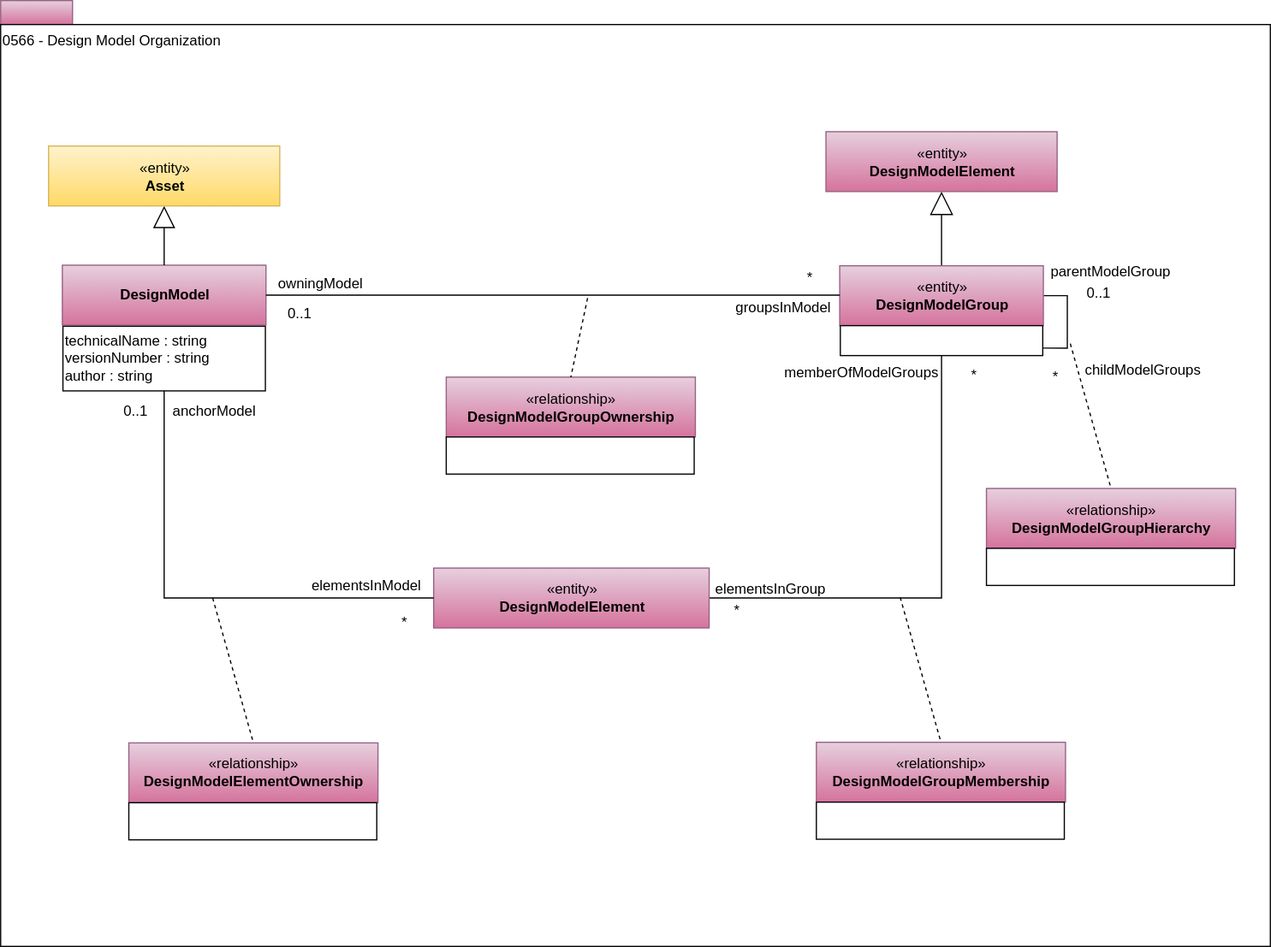
This is site/docs/types/5/0566-Design-Model-Organization.svg from odpi/egeria-docs, a draw.io export, as it was before one commit. Source tidied: cells renumbered, new cells last; positions are measured from the earlier drawing's top-left corner, leaving out a move shared by most shapes.
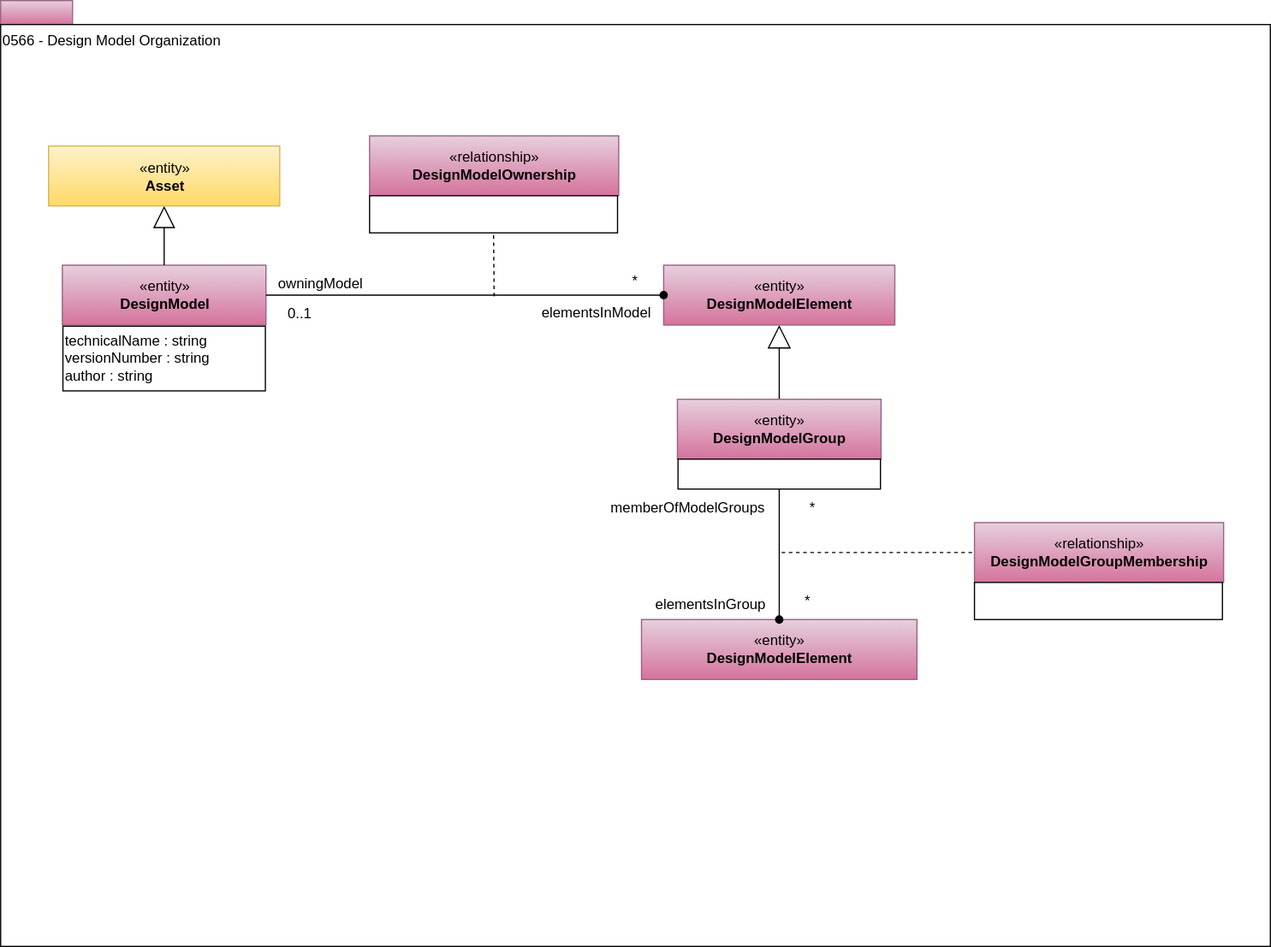
Above is the later version.

Diff of the diagram source:
```diff
@@ -8,146 +8,93 @@
     <mxCell id="3" value="0566 - Design Model Organization" style="rounded=0;whiteSpace=wrap;html=1;align=left;verticalAlign=top;" parent="1" vertex="1">
       <mxGeometry y="20" width="1060" height="770" as="geometry" />
     </mxCell>
-    <mxCell id="4" style="edgeStyle=orthogonalEdgeStyle;rounded=0;jettySize=auto;html=1;exitX=1;exitY=0.5;exitDx=0;exitDy=0;endArrow=none;endFill=0;" parent="1" edge="1" source="5" target="19">
-      <mxGeometry relative="1" as="geometry" />
+    <mxCell id="4" value="«entity»&lt;br&gt;&lt;b&gt;DesignModelElement&lt;/b&gt;" style="html=1;strokeColor=#996185;align=center;fillColor=#e6d0de;gradientColor=#d5739d;" parent="1" vertex="1">
+      <mxGeometry x="535" y="517" width="230" height="50" as="geometry" />
     </mxCell>
-    <mxCell id="5" value="«entity»&lt;br&gt;&lt;b&gt;DesignModelElement&lt;/b&gt;" style="html=1;strokeColor=#996185;align=center;fillColor=#e6d0de;gradientColor=#d5739d;" parent="1" vertex="1">
-      <mxGeometry x="361.5" y="474" width="230" height="50" as="geometry" />
+    <mxCell id="5" value="0..1" style="text;html=1;strokeColor=none;fillColor=none;align=center;verticalAlign=middle;whiteSpace=wrap;rounded=0;" parent="1" vertex="1">
+      <mxGeometry x="229.5" y="251.5" width="40" height="20" as="geometry" />
     </mxCell>
-    <mxCell id="6" value="0..1" style="text;html=1;strokeColor=none;fillColor=none;align=center;verticalAlign=middle;whiteSpace=wrap;rounded=0;" parent="1" vertex="1">
-      <mxGeometry x="229.5" y="251.5" width="40" height="20" as="geometry" />
+    <mxCell id="6" value="«relationship»&lt;br&gt;&lt;b&gt;DesignModelOwnership&lt;/b&gt;" style="html=1;strokeColor=#996185;align=center;fillColor=#e6d0de;gradientColor=#d5739d;" parent="1" vertex="1">
+      <mxGeometry x="308" y="113" width="208" height="50" as="geometry" />
     </mxCell>
-    <mxCell id="7" value="parentModelGroup" style="text;html=1;strokeColor=none;fillColor=none;align=center;verticalAlign=middle;whiteSpace=wrap;rounded=0;" parent="1" vertex="1">
-      <mxGeometry x="881" y="217" width="92" height="20" as="geometry" />
+    <mxCell id="7" style="endArrow=none;dashed=1;html=1;entryX=0.5;entryY=1;entryDx=0;entryDy=0;" parent="1" edge="1" target="8">
+      <mxGeometry relative="1" as="geometry">
+        <mxPoint x="412" y="247" as="sourcePoint" />
+      </mxGeometry>
     </mxCell>
-    <mxCell id="8" value="«relationship»&lt;br&gt;&lt;b&gt;DesignModelGroupOwnership&lt;/b&gt;" style="html=1;strokeColor=#996185;align=center;fillColor=#e6d0de;gradientColor=#d5739d;" parent="1" vertex="1">
-      <mxGeometry x="372" y="314.5" width="208" height="50" as="geometry" />
+    <mxCell id="8" value="&lt;div style=&quot;text-align: left&quot;&gt;&lt;br&gt;&lt;/div&gt;" style="rounded=0;whiteSpace=wrap;html=1;strokeColor=#000000;gradientColor=#ffffff;align=left;" parent="1" vertex="1">
+      <mxGeometry x="308" y="163" width="207" height="31" as="geometry" />
     </mxCell>
-    <mxCell id="9" style="endArrow=none;dashed=1;html=1;entryX=0.5;entryY=0;entryDx=0;entryDy=0;" parent="1" edge="1" target="8">
-      <mxGeometry relative="1" as="geometry">
-        <mxPoint x="490" y="248.5" as="sourcePoint" />
-      </mxGeometry>
+    <mxCell id="9" value="*" style="text;html=1;strokeColor=none;fillColor=none;align=center;verticalAlign=middle;whiteSpace=wrap;rounded=0;" parent="1" vertex="1">
+      <mxGeometry x="510" y="225.2" width="40" height="20" as="geometry" />
     </mxCell>
-    <mxCell id="10" value="&lt;div style=&quot;text-align: left&quot;&gt;&lt;br&gt;&lt;/div&gt;" style="rounded=0;whiteSpace=wrap;html=1;strokeColor=#000000;gradientColor=#ffffff;align=left;" parent="1" vertex="1">
-      <mxGeometry x="372" y="364.5" width="207" height="31" as="geometry" />
+    <mxCell id="10" value="«entity»&lt;br&gt;&lt;b&gt;DesignModel&lt;/b&gt;" style="html=1;strokeColor=#996185;align=center;fillColor=#e6d0de;gradientColor=#d5739d;" parent="1" vertex="1">
+      <mxGeometry x="51.5" y="221" width="170" height="50" as="geometry" />
     </mxCell>
-    <mxCell id="11" value="*" style="text;html=1;strokeColor=none;fillColor=none;align=center;verticalAlign=middle;whiteSpace=wrap;rounded=0;" parent="1" vertex="1">
-      <mxGeometry x="656" y="221.5" width="40" height="20" as="geometry" />
+    <mxCell id="11" value="technicalName : string&lt;br&gt;versionNumber : string&lt;br&gt;author : string&lt;span&gt;&lt;br&gt;&lt;/span&gt;" style="rounded=0;whiteSpace=wrap;html=1;strokeColor=#000000;gradientColor=#ffffff;align=left;" parent="1" vertex="1">
+      <mxGeometry x="52" y="272" width="169" height="54" as="geometry" />
     </mxCell>
-    <mxCell id="12" style="edgeStyle=orthogonalEdgeStyle;rounded=0;jettySize=auto;html=1;exitX=0.5;exitY=1;exitDx=0;exitDy=0;endArrow=none;endFill=0;entryX=0;entryY=0.5;entryDx=0;entryDy=0;" parent="1" edge="1" source="14" target="5">
-      <mxGeometry relative="1" as="geometry" />
+    <mxCell id="12" style="edgeStyle=orthogonalEdgeStyle;rounded=0;jettySize=auto;html=1;endArrow=block;endFill=0;endSize=16;entryX=0.5;entryY=1;entryDx=0;entryDy=0;" parent="1" edge="1" source="10" target="26">
+      <mxGeometry relative="1" as="geometry">
+        <Array as="points">
+          <mxPoint x="137" y="205.5" />
+          <mxPoint x="137" y="205.5" />
+        </Array>
+      </mxGeometry>
     </mxCell>
-    <mxCell id="13" value="&lt;b&gt;DesignModel&lt;/b&gt;" style="html=1;strokeColor=#996185;align=center;fillColor=#e6d0de;gradientColor=#d5739d;" parent="1" vertex="1">
-      <mxGeometry x="51.5" y="221" width="170" height="50" as="geometry" />
+    <mxCell id="13" style="edgeStyle=orthogonalEdgeStyle;rounded=0;jettySize=auto;html=1;exitX=0.5;exitY=0;exitDx=0;exitDy=0;entryX=0.5;entryY=1;entryDx=0;entryDy=0;endArrow=block;endFill=0;endSize=17;" parent="1" edge="1" source="14" target="25">
+      <mxGeometry relative="1" as="geometry" />
     </mxCell>
-    <mxCell id="14" value="technicalName : string&lt;br&gt;versionNumber : string&lt;br&gt;author : string&lt;span&gt;&lt;br&gt;&lt;/span&gt;" style="rounded=0;whiteSpace=wrap;html=1;strokeColor=#000000;gradientColor=#ffffff;align=left;" parent="1" vertex="1">
-      <mxGeometry x="52" y="272" width="169" height="54" as="geometry" />
+    <mxCell id="14" value="«entity»&lt;br&gt;&lt;b&gt;DesignModelGroup&lt;/b&gt;" style="html=1;strokeColor=#996185;align=center;fillColor=#e6d0de;gradientColor=#d5739d;" parent="1" vertex="1">
+      <mxGeometry x="565" y="333" width="170" height="50" as="geometry" />
     </mxCell>
-    <mxCell id="15" style="edgeStyle=orthogonalEdgeStyle;rounded=0;jettySize=auto;html=1;endArrow=block;endFill=0;endSize=16;entryX=0.5;entryY=1;entryDx=0;entryDy=0;" parent="1" edge="1" source="13" target="44">
-      <mxGeometry relative="1" as="geometry">
-        <Array as="points">
-          <mxPoint x="137" y="205.5" />
-          <mxPoint x="137" y="205.5" />
-        </Array>
-      </mxGeometry>
+    <mxCell id="15" value="&lt;span&gt;&lt;br&gt;&lt;/span&gt;" style="rounded=0;whiteSpace=wrap;html=1;strokeColor=#000000;gradientColor=#ffffff;align=left;" parent="1" vertex="1">
+      <mxGeometry x="565.5" y="383" width="169" height="25" as="geometry" />
     </mxCell>
-    <mxCell id="16" style="edgeStyle=orthogonalEdgeStyle;rounded=0;jumpSize=15;jettySize=auto;html=1;exitX=1;exitY=0.5;exitDx=0;exitDy=0;entryX=1;entryY=0.75;entryDx=0;entryDy=0;startArrow=none;startFill=0;startSize=17;sourcePerimeterSpacing=0;endArrow=none;endFill=0;targetPerimeterSpacing=0;strokeWidth=1;fontColor=#000000;" parent="1" edge="1" source="18" target="19">
-      <mxGeometry relative="1" as="geometry" />
+    <mxCell id="16" value="owningModel" style="text;html=1;align=left;verticalAlign=top;spacingTop=-4;" parent="1" vertex="1">
+      <mxGeometry x="229.5" y="227" width="81" height="14" as="geometry" />
     </mxCell>
-    <mxCell id="17" style="edgeStyle=orthogonalEdgeStyle;rounded=0;jettySize=auto;html=1;exitX=0.5;exitY=0;exitDx=0;exitDy=0;entryX=0.5;entryY=1;entryDx=0;entryDy=0;endArrow=block;endFill=0;endSize=17;" parent="1" edge="1" source="18" target="43">
-      <mxGeometry relative="1" as="geometry" />
+    <mxCell id="17" value="elementsInModel" style="text;html=1;align=left;verticalAlign=top;spacingTop=-4;fontColor=#000000;" parent="1" vertex="1">
+      <mxGeometry x="450" y="250.8" width="101" height="14" as="geometry" />
     </mxCell>
-    <mxCell id="18" value="«entity»&lt;br&gt;&lt;b&gt;DesignModelGroup&lt;/b&gt;" style="html=1;strokeColor=#996185;align=center;fillColor=#e6d0de;gradientColor=#d5739d;" parent="1" vertex="1">
-      <mxGeometry x="700.5" y="221.5" width="170" height="50" as="geometry" />
+    <mxCell id="18" value="elementsInGroup" style="text;html=1;points=[];align=left;verticalAlign=top;spacingTop=-4;fontColor=#000000;" parent="1" vertex="1">
+      <mxGeometry x="545" y="495" width="102" height="14" as="geometry" />
     </mxCell>
-    <mxCell id="19" value="&lt;span&gt;&lt;br&gt;&lt;/span&gt;" style="rounded=0;whiteSpace=wrap;html=1;strokeColor=#000000;gradientColor=#ffffff;align=left;" parent="1" vertex="1">
-      <mxGeometry x="701" y="271.5" width="169" height="25" as="geometry" />
+    <mxCell id="19" value="«relationship»&lt;br&gt;&lt;b&gt;DesignModelGroupMembership&lt;/b&gt;" style="html=1;strokeColor=#996185;align=center;fillColor=#e6d0de;gradientColor=#d5739d;" parent="1" vertex="1">
+      <mxGeometry x="813" y="436" width="208" height="50" as="geometry" />
     </mxCell>
-    <mxCell id="20" style="edgeStyle=orthogonalEdgeStyle;rounded=0;jettySize=auto;html=1;endArrow=none;endFill=0;" parent="1" edge="1" source="13" target="18">
+    <mxCell id="20" style="endArrow=none;dashed=1;html=1;entryX=0;entryY=0.5;entryDx=0;entryDy=0;" parent="1" edge="1" target="19">
       <mxGeometry relative="1" as="geometry">
-        <Array as="points">
-          <mxPoint x="351" y="246.5" />
-          <mxPoint x="351" y="246.5" />
-        </Array>
+        <mxPoint x="652" y="461" as="sourcePoint" />
       </mxGeometry>
     </mxCell>
-    <mxCell id="21" value="owningModel" style="text;html=1;align=left;verticalAlign=top;spacingTop=-4;" parent="1" vertex="1">
-      <mxGeometry x="229.5" y="227" width="81" height="14" as="geometry" />
+    <mxCell id="21" value="&lt;div style=&quot;text-align: left&quot;&gt;&lt;br&gt;&lt;/div&gt;" style="rounded=0;whiteSpace=wrap;html=1;strokeColor=#000000;gradientColor=#ffffff;align=left;" parent="1" vertex="1">
+      <mxGeometry x="813" y="486" width="207" height="31" as="geometry" />
     </mxCell>
-    <mxCell id="22" value="*" style="text;html=1;align=left;verticalAlign=top;spacingTop=-4;" parent="1" vertex="1">
-      <mxGeometry x="333" y="510" width="15" height="14" as="geometry" />
+    <mxCell id="22" value="memberOfModelGroups" style="text;html=1;strokeColor=none;fillColor=none;align=center;verticalAlign=middle;whiteSpace=wrap;rounded=0;" parent="1" vertex="1">
+      <mxGeometry x="528" y="414" width="92" height="20" as="geometry" />
     </mxCell>
-    <mxCell id="23" value="0..1" style="text;html=1;align=left;verticalAlign=top;spacingTop=-4;" parent="1" vertex="1">
-      <mxGeometry x="100.5" y="332.5" width="30" height="14" as="geometry" />
+    <mxCell id="23" value="*" style="text;html=1;strokeColor=none;fillColor=none;align=center;verticalAlign=middle;whiteSpace=wrap;rounded=0;" parent="1" vertex="1">
+      <mxGeometry x="657.5" y="414" width="40" height="20" as="geometry" />
     </mxCell>
-    <mxCell id="24" value="groupsInModel" style="text;html=1;align=left;verticalAlign=top;spacingTop=-4;fontColor=#000000;" parent="1" vertex="1">
-      <mxGeometry x="611.5" y="246.5" width="89" height="14" as="geometry" />
+    <mxCell id="24" value="*" style="text;html=1;strokeColor=none;fillColor=none;align=center;verticalAlign=middle;whiteSpace=wrap;rounded=0;" parent="1" vertex="1">
+      <mxGeometry x="654" y="492" width="40" height="20" as="geometry" />
     </mxCell>
-    <mxCell id="25" value="«relationship»&lt;br&gt;&lt;b&gt;DesignModelGroupHierarchy&lt;/b&gt;" style="html=1;strokeColor=#996185;align=center;fillColor=#e6d0de;gradientColor=#d5739d;" parent="1" vertex="1">
-      <mxGeometry x="823" y="407.5" width="208" height="50" as="geometry" />
+    <mxCell id="25" value="«entity»&lt;br&gt;&lt;b&gt;DesignModelElement&lt;/b&gt;" style="html=1;strokeColor=#996185;align=center;fillColor=#e6d0de;gradientColor=#d5739d;" parent="1" vertex="1">
+      <mxGeometry x="553.5" y="221" width="193" height="50" as="geometry" />
     </mxCell>
-    <mxCell id="26" style="endArrow=none;dashed=1;html=1;entryX=0.5;entryY=0;entryDx=0;entryDy=0;" parent="1" edge="1" target="25">
-      <mxGeometry relative="1" as="geometry">
-        <mxPoint x="893" y="286.5" as="sourcePoint" />
-      </mxGeometry>
+    <mxCell id="26" value="«entity»&lt;br&gt;&lt;b&gt;Asset&lt;/b&gt;" style="html=1;strokeColor=#d6b656;align=center;fillColor=#fff2cc;gradientColor=#ffd966;" parent="1" vertex="1">
+      <mxGeometry x="40" y="121.5" width="193" height="50" as="geometry" />
     </mxCell>
-    <mxCell id="27" value="&lt;div style=&quot;text-align: left&quot;&gt;&lt;br&gt;&lt;/div&gt;" style="rounded=0;whiteSpace=wrap;html=1;strokeColor=#000000;gradientColor=#ffffff;align=left;" parent="1" vertex="1">
-      <mxGeometry x="823" y="457.5" width="207" height="31" as="geometry" />
+    <mxCell id="27" style="edgeStyle=orthogonalEdgeStyle;rounded=0;jettySize=auto;html=1;endArrow=oval;endFill=1;entryX=0;entryY=0.5;entryDx=0;entryDy=0;" parent="1" edge="1" source="10" target="25">
+      <mxGeometry relative="1" as="geometry">
+        <Array as="points">
+          <mxPoint x="554" y="247" />
+        </Array>
+      </mxGeometry>
     </mxCell>
-    <mxCell id="28" value="anchorModel" style="text;html=1;align=left;verticalAlign=top;spacingTop=-4;" parent="1" vertex="1">
-      <mxGeometry x="142" y="332.5" width="79" height="14" as="geometry" />
+    <mxCell id="28" style="edgeStyle=orthogonalEdgeStyle;rounded=0;jettySize=auto;html=1;endArrow=none;endFill=0;startArrow=oval;startFill=1;" parent="1" edge="1" source="4" target="15">
+      <mxGeometry relative="1" as="geometry" />
     </mxCell>
-    <mxCell id="29" value="elementsInModel" style="text;html=1;align=left;verticalAlign=top;spacingTop=-4;fontColor=#000000;" parent="1" vertex="1">
-      <mxGeometry x="258" y="478.5" width="101" height="14" as="geometry" />
-    </mxCell>
-    <mxCell id="30" value="elementsInGroup" style="text;html=1;align=left;verticalAlign=top;spacingTop=-4;fontColor=#000000;" parent="1" vertex="1">
-      <mxGeometry x="595" y="481.5" width="102" height="14" as="geometry" />
-    </mxCell>
-    <mxCell id="31" value="childModelGroups" style="text;html=1;strokeColor=none;fillColor=none;align=center;verticalAlign=middle;whiteSpace=wrap;rounded=0;" parent="1" vertex="1">
-      <mxGeometry x="908" y="299" width="92" height="20" as="geometry" />
-    </mxCell>
-    <mxCell id="32" value="0..1" style="text;html=1;strokeColor=none;fillColor=none;align=center;verticalAlign=middle;whiteSpace=wrap;rounded=0;" parent="1" vertex="1">
-      <mxGeometry x="897" y="234.5" width="40" height="20" as="geometry" />
-    </mxCell>
-    <mxCell id="33" value="*" style="text;html=1;strokeColor=none;fillColor=none;align=center;verticalAlign=middle;whiteSpace=wrap;rounded=0;" parent="1" vertex="1">
-      <mxGeometry x="861" y="304.5" width="40" height="20" as="geometry" />
-    </mxCell>
-    <mxCell id="34" value="«relationship»&lt;br&gt;&lt;b&gt;DesignModelGroupMembership&lt;/b&gt;" style="html=1;strokeColor=#996185;align=center;fillColor=#e6d0de;gradientColor=#d5739d;" parent="1" vertex="1">
-      <mxGeometry x="681" y="619.5" width="208" height="50" as="geometry" />
-    </mxCell>
-    <mxCell id="35" style="endArrow=none;dashed=1;html=1;entryX=0.5;entryY=0;entryDx=0;entryDy=0;" parent="1" edge="1" target="34">
-      <mxGeometry relative="1" as="geometry">
-        <mxPoint x="751" y="498.5" as="sourcePoint" />
-      </mxGeometry>
-    </mxCell>
-    <mxCell id="36" value="&lt;div style=&quot;text-align: left&quot;&gt;&lt;br&gt;&lt;/div&gt;" style="rounded=0;whiteSpace=wrap;html=1;strokeColor=#000000;gradientColor=#ffffff;align=left;" parent="1" vertex="1">
-      <mxGeometry x="681" y="669.5" width="207" height="31" as="geometry" />
-    </mxCell>
-    <mxCell id="37" value="memberOfModelGroups" style="text;html=1;strokeColor=none;fillColor=none;align=center;verticalAlign=middle;whiteSpace=wrap;rounded=0;" parent="1" vertex="1">
-      <mxGeometry x="673" y="301" width="92" height="20" as="geometry" />
-    </mxCell>
-    <mxCell id="38" value="*" style="text;html=1;strokeColor=none;fillColor=none;align=center;verticalAlign=middle;whiteSpace=wrap;rounded=0;" parent="1" vertex="1">
-      <mxGeometry x="793" y="302.5" width="40" height="20" as="geometry" />
-    </mxCell>
-    <mxCell id="39" value="«relationship»&lt;br&gt;&lt;b&gt;DesignModelElementOwnership&lt;/b&gt;" style="html=1;strokeColor=#996185;align=center;fillColor=#e6d0de;gradientColor=#d5739d;" parent="1" vertex="1">
-      <mxGeometry x="107" y="620" width="208" height="50" as="geometry" />
-    </mxCell>
-    <mxCell id="40" style="endArrow=none;dashed=1;html=1;entryX=0.5;entryY=0;entryDx=0;entryDy=0;" parent="1" edge="1" target="39">
-      <mxGeometry relative="1" as="geometry">
-        <mxPoint x="177" y="499" as="sourcePoint" />
-      </mxGeometry>
-    </mxCell>
-    <mxCell id="41" value="&lt;div style=&quot;text-align: left&quot;&gt;&lt;br&gt;&lt;/div&gt;" style="rounded=0;whiteSpace=wrap;html=1;strokeColor=#000000;gradientColor=#ffffff;align=left;" parent="1" vertex="1">
-      <mxGeometry x="107" y="670" width="207" height="31" as="geometry" />
-    </mxCell>
-    <mxCell id="42" value="*" style="text;html=1;strokeColor=none;fillColor=none;align=center;verticalAlign=middle;whiteSpace=wrap;rounded=0;" parent="1" vertex="1">
-      <mxGeometry x="595" y="500" width="40" height="20" as="geometry" />
-    </mxCell>
-    <mxCell id="43" value="«entity»&lt;br&gt;&lt;b&gt;DesignModelElement&lt;/b&gt;" style="html=1;strokeColor=#996185;align=center;fillColor=#e6d0de;gradientColor=#d5739d;" parent="1" vertex="1">
-      <mxGeometry x="689" y="109.5" width="193" height="50" as="geometry" />
-    </mxCell>
-    <mxCell id="44" value="«entity»&lt;br&gt;&lt;b&gt;Asset&lt;/b&gt;" style="html=1;strokeColor=#d6b656;align=center;fillColor=#fff2cc;gradientColor=#ffd966;" parent="1" vertex="1">
-      <mxGeometry x="40" y="121.5" width="193" height="50" as="geometry" />
-    </mxCell>
   </root>
 </mxGraphModel>
```
